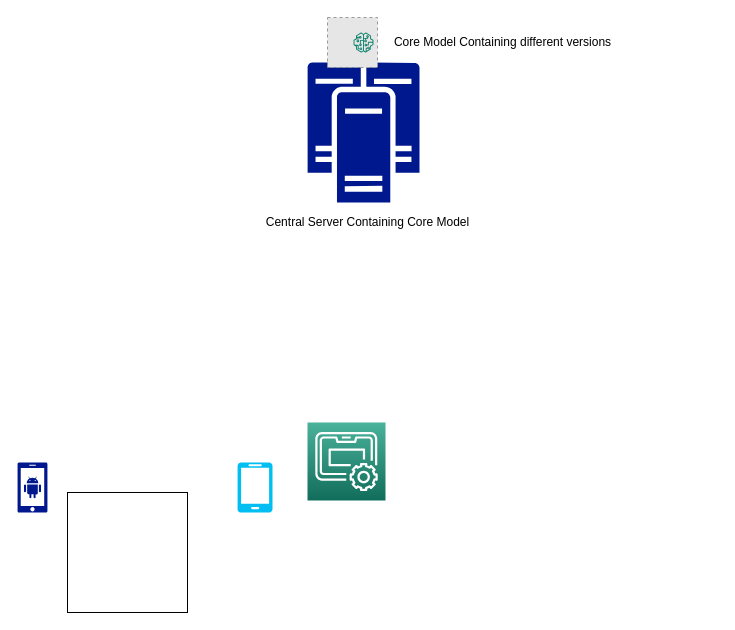
Earlier version of the draw.io diagram Untitled Diagram.drawio (ttunduny/flowers). Source tidied: cells renumbered, new cells numbered last; positions are measured from the earlier drawing's top-left corner, leaving out a move shared by most shapes. Both pictures are drawn from the tidied source at 100%, with x=0, y=0 at pixel (17, 17). Pictures stored in the file or linked from it are replaced by grey dashed boxes.
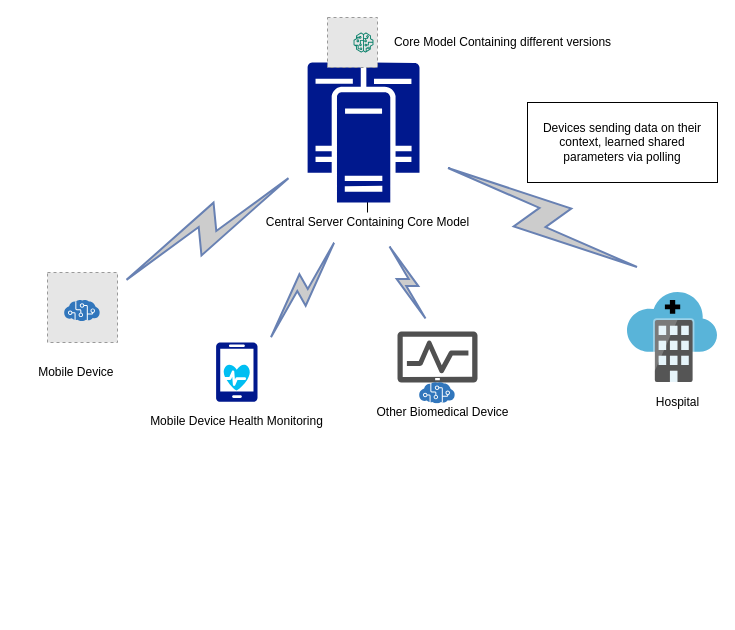
The same diagram, later.

Unchanged cells that the change refers to:
```xml
<mxCell id="4" value="Central Server Containing Core Model" style="text;html=1;align=center;verticalAlign=middle;points=[];strokeColor=none;fillColor=none;" parent="1" vertex="1">
  <mxGeometry x="240" y="195" width="220" height="20" as="geometry" />
</mxCell>
<mxCell id="5" style="sketch=0;shadow=0;dashed=0;html=1;strokeColor=none;labelPosition=center;verticalLabelPosition=bottom;verticalAlign=top;align=center;fillColor=#00188D;shape=mxgraph.mscae.enterprise.cluster_server;" parent="1" vertex="1">
  <mxGeometry x="290" y="45" width="112" height="140" as="geometry" />
</mxCell>
```

The edit, as a diff of the source:
```diff
@@
-    <mxCell id="2" style="sketch=0;shadow=0;dashed=0;html=1;strokeColor=none;labelPosition=center;verticalLabelPosition=bottom;verticalAlign=top;align=center;fillColor=#00188D;shape=mxgraph.mscae.enterprise.android_phone;" parent="1" vertex="1">
-      <mxGeometry y="445" width="30" height="50" as="geometry" />
-    </mxCell>
-    <mxCell id="3" style="verticalLabelPosition=bottom;html=1;verticalAlign=top;align=center;strokeColor=none;fillColor=#00BEF2;shape=mxgraph.azure.mobile;" parent="1" vertex="1">
-      <mxGeometry x="220" y="445" width="35" height="50" as="geometry" />
-    </mxCell>
+    <mxCell id="11" style="edgeStyle=orthogonalEdgeStyle;rounded=0;jettySize=auto;html=1;" parent="1" edge="1" source="4" target="5">
+      <mxGeometry relative="1" as="geometry" />
+    </mxCell>
@@
-    <mxCell id="9" style="sketch=0;fontColor=#232F3E;gradientColor=#4AB29A;gradientDirection=north;fillColor=#116D5B;strokeColor=#ffffff;dashed=0;verticalLabelPosition=bottom;verticalAlign=top;align=center;html=1;fontSize=12;fontStyle=0;shape=mxgraph.aws4.resourceIcon;resIcon=mxgraph.aws4.snowball_edge;" parent="1" vertex="1">
-      <mxGeometry x="290" y="405" width="78" height="78" as="geometry" />
-    </mxCell>
-    <mxCell id="10" style="whiteSpace=wrap;html=1;" parent="1" vertex="1">
-      <mxGeometry x="50" y="475" width="120" height="120" as="geometry" />
-    </mxCell>
+    <mxCell id="12" style="sketch=0;shadow=0;dashed=0;html=1;strokeColor=none;labelPosition=center;verticalLabelPosition=bottom;verticalAlign=top;align=center;fillColor=#505050;shape=mxgraph.mscae.intune.device_health;" parent="1" vertex="1">
+      <mxGeometry x="380" y="314" width="80" height="51" as="geometry" />
+    </mxCell>
+    <mxCell id="13" style="group;" parent="1" vertex="1">
+      <mxGeometry x="610" y="275" width="90" height="90" as="geometry" />
+    </mxCell>
+    <mxCell id="14" style="sketch=0;html=1;align=center;image;fontSize=12;image=img/lib/mscae/Software_as_a_Service.svg;" parent="13" vertex="1">
+      <mxGeometry width="90" height="90" as="geometry" />
+    </mxCell>
+    <mxCell id="15" style="shape=mxgraph.signs.healthcare.first_aid;html=1;fillColor=#000000;strokeColor=none;verticalLabelPosition=bottom;verticalAlign=top;align=center;" parent="13" vertex="1">
+      <mxGeometry x="37.4" y="7.6" width="15.3" height="13.7" as="geometry" />
+    </mxCell>
+    <mxCell id="16" value="Hospital" style="text;html=1;align=center;verticalAlign=middle;strokeColor=none;fillColor=none;" parent="1" vertex="1">
+      <mxGeometry x="630" y="375" width="60" height="20" as="geometry" />
+    </mxCell>
+    <mxCell id="17" value="Other Biomedical Device" style="text;html=1;align=center;verticalAlign=middle;strokeColor=none;fillColor=none;" parent="1" vertex="1">
+      <mxGeometry x="350" y="385" width="150" height="20" as="geometry" />
+    </mxCell>
+    <mxCell id="18" value="Mobile Device Health Monitoring" style="text;html=1;align=center;verticalAlign=middle;strokeColor=none;fillColor=none;" parent="1" vertex="1">
+      <mxGeometry x="124.2" y="394" width="190" height="20" as="geometry" />
+    </mxCell>
+    <mxCell id="19" style="group;" parent="1" vertex="1">
+      <mxGeometry x="30" y="255" width="70" height="80" as="geometry" />
+    </mxCell>
+    <mxCell id="20" style="fillColor=#E6E6E6;strokeColor=#999999;dashed=1;html=1;verticalAlign=top;verticalLabelPosition=bottom;labelBackgroundColor=#ffffff;" parent="19" vertex="1">
+      <mxGeometry width="70" height="70" as="geometry" />
+    </mxCell>
+    <mxCell id="21" style="sketch=0;html=1;align=center;image;fontSize=12;image=img/lib/mscae/Cognitive_Services.svg;" parent="19" vertex="1">
+      <mxGeometry x="17.1" y="27.8" width="35.7" height="21.4" as="geometry" />
+    </mxCell>
+    <mxCell id="22" value="Mobile Device&amp;nbsp;" style="text;html=1;align=center;verticalAlign=middle;strokeColor=none;fillColor=none;" parent="1" vertex="1">
+      <mxGeometry x="15" y="345" width="90" height="20" as="geometry" />
+    </mxCell>
+    <mxCell id="23" style="group;" parent="1" vertex="1">
+      <mxGeometry x="198.5" y="325" width="41.5" height="70" as="geometry" />
+    </mxCell>
+    <mxCell id="24" style="sketch=0;shadow=0;dashed=0;html=1;strokeColor=none;labelPosition=center;verticalLabelPosition=bottom;verticalAlign=top;align=center;fillColor=#00188D;shape=mxgraph.azure.mobile;" parent="23" vertex="1">
+      <mxGeometry width="41.5" height="59.3" as="geometry" />
+    </mxCell>
+    <mxCell id="25" style="verticalLabelPosition=bottom;html=1;verticalAlign=top;align=center;strokeColor=none;fillColor=#00BEF2;shape=mxgraph.azure.health_monitoring;" parent="23" vertex="1">
+      <mxGeometry x="7.7" y="21.9" width="26.2" height="26.2" as="geometry" />
+    </mxCell>
+    <mxCell id="26" style="sketch=0;html=1;align=center;image;fontSize=12;image=img/lib/mscae/Cognitive_Services.svg;" parent="1" vertex="1">
+      <mxGeometry x="402.1" y="365" width="35.7" height="21.4" as="geometry" />
+    </mxCell>
+    <mxCell id="27" style="html=1;outlineConnect=0;fillColor=#CCCCCC;strokeColor=#6881B3;gradientColor=none;gradientDirection=north;strokeWidth=2;shape=mxgraph.networks.comm_link_edge;html=1;rounded=0;" parent="1" edge="1" source="20">
+      <mxGeometry relative="1" as="geometry">
+        <mxPoint x="280" y="155" as="targetPoint" />
+      </mxGeometry>
+    </mxCell>
+    <mxCell id="28" style="html=1;outlineConnect=0;fillColor=#CCCCCC;strokeColor=#6881B3;gradientColor=none;gradientDirection=north;strokeWidth=2;shape=mxgraph.networks.comm_link_edge;html=1;rounded=0;entryX=0.364;entryY=1.25;entryDx=0;entryDy=0;entryPerimeter=0;" parent="1" edge="1" target="4">
+      <mxGeometry relative="1" as="geometry">
+        <mxPoint x="250" y="325" as="sourcePoint" />
+      </mxGeometry>
+    </mxCell>
+    <mxCell id="29" style="html=1;outlineConnect=0;fillColor=#CCCCCC;strokeColor=#6881B3;gradientColor=none;gradientDirection=north;strokeWidth=2;shape=mxgraph.networks.comm_link_edge;html=1;rounded=0;" parent="1" edge="1">
+      <mxGeometry relative="1" as="geometry">
+        <mxPoint x="410" y="305" as="sourcePoint" />
+        <mxPoint x="370" y="225" as="targetPoint" />
+      </mxGeometry>
+    </mxCell>
+    <mxCell id="30" style="html=1;outlineConnect=0;fillColor=#CCCCCC;strokeColor=#6881B3;gradientColor=none;gradientDirection=north;strokeWidth=2;shape=mxgraph.networks.comm_link_edge;html=1;rounded=0;" parent="1" edge="1">
+      <mxGeometry relative="1" as="geometry">
+        <mxPoint x="630" y="255" as="sourcePoint" />
+        <mxPoint x="420" y="145" as="targetPoint" />
+      </mxGeometry>
+    </mxCell>
+    <mxCell id="31" value="Devices sending data on their context, learned shared parameters via polling" style="text;html=1;strokeColor=default;fillColor=none;align=center;verticalAlign=middle;whiteSpace=wrap;rounded=0;" parent="1" vertex="1">
+      <mxGeometry x="510" y="85" width="190" height="80" as="geometry" />
+    </mxCell>
```
